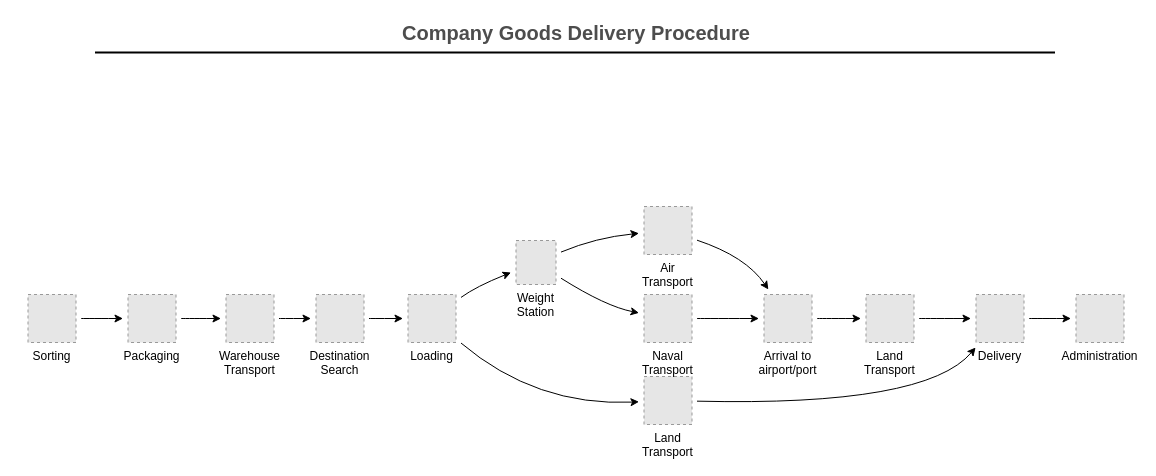
Earlier version of the draw.io diagram Diagrama sin título.drawio (Noisk8/Componente-BOS). Source tidied: cells renumbered, new cells numbered last; positions are measured from the earlier drawing's top-left corner, leaving out a move shared by most shapes. Both pictures are drawn from the tidied source at 100%, with x=0, y=0 at pixel (27, 17). Pictures stored in the file or linked from it are replaced by grey dashed boxes.
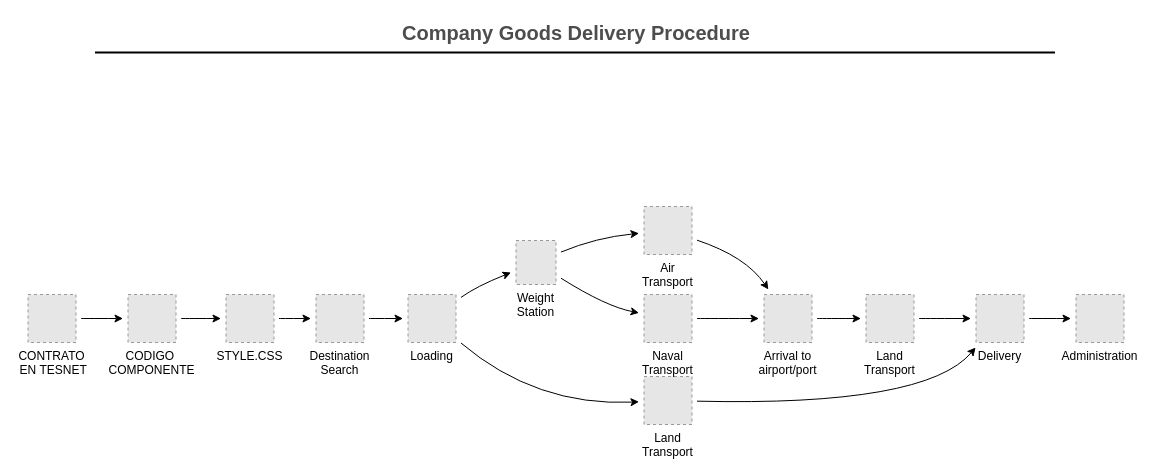
The same diagram, later.

What changed in the source:
```diff
@@
-    <mxCell id="3" value="Warehouse&#10;Transport" style="fillColor=#E6E6E6;strokeColor=#999999;dashed=1;verticalLabelPosition=bottom;verticalAlign=top;" parent="1" vertex="1">
+    <mxCell id="3" value="STYLE.CSS" style="fillColor=#E6E6E6;strokeColor=#999999;dashed=1;verticalLabelPosition=bottom;verticalAlign=top;" parent="1" vertex="1">
       <mxGeometry x="198.5" y="277" width="48" height="48" as="geometry" />
     </mxCell>
@@
-    <mxCell id="5" value="Sorting" style="fillColor=#E6E6E6;strokeColor=#999999;dashed=1;verticalLabelPosition=bottom;verticalAlign=top;" parent="1" vertex="1">
+    <mxCell id="5" value="CONTRATO&#10; EN TESNET" style="fillColor=#E6E6E6;strokeColor=#999999;dashed=1;verticalLabelPosition=bottom;verticalAlign=top;" parent="1" vertex="1">
       <mxGeometry x="0.5" y="277" width="48" height="48" as="geometry" />
     </mxCell>
@@
-    <mxCell id="14" value="Packaging" style="fillColor=#E6E6E6;strokeColor=#999999;dashed=1;verticalLabelPosition=bottom;verticalAlign=top;" parent="1" vertex="1">
+    <mxCell id="14" value="CODIGO &#10;COMPONENTE" style="fillColor=#E6E6E6;strokeColor=#999999;dashed=1;verticalLabelPosition=bottom;verticalAlign=top;" parent="1" vertex="1">
       <mxGeometry x="100.5" y="277" width="48" height="48" as="geometry" />
     </mxCell>
```
